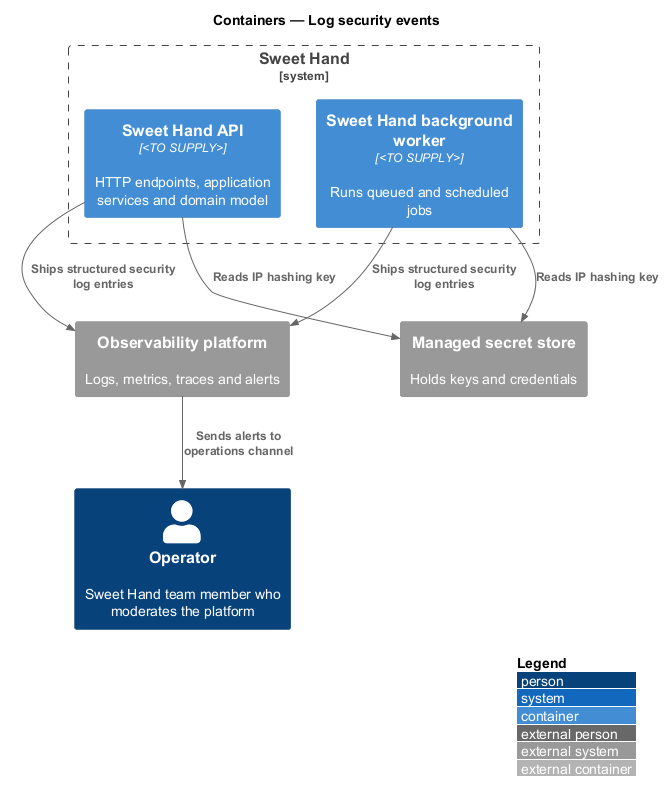
Above: docs/detailed-designs/identity-and-security/log-security-events/diagrams/c4-container.png in QuinntyneBrown/sweet-hand (PlantUML), before the change.
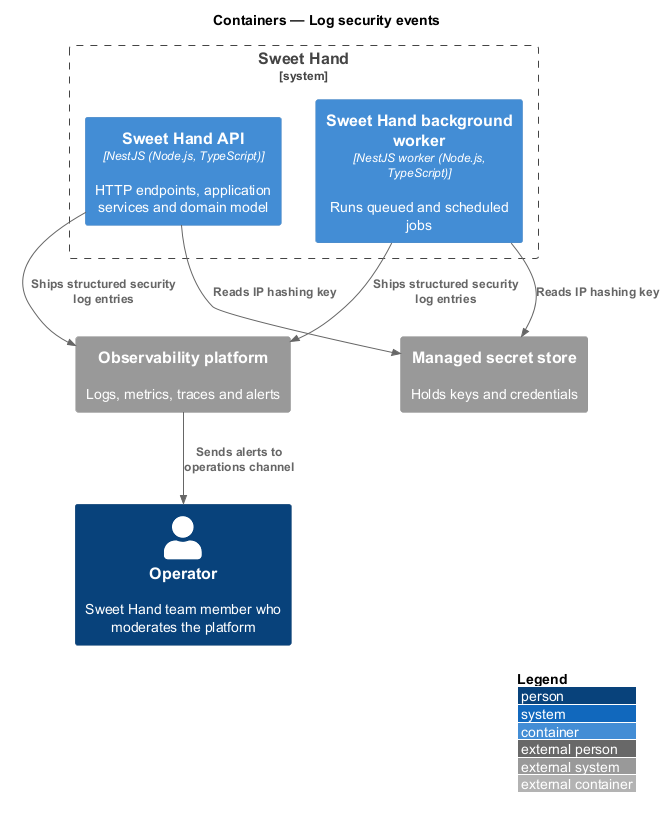
The same file after the commit.

Diff of the diagram source:
```diff
@@ -5,8 +5,8 @@
 
 Person(operator, "Operator", "Sweet Hand team member who moderates the platform")
 System_Boundary(sweethand, "Sweet Hand") {
-  Container(api, "Sweet Hand API", "<TO SUPPLY>", "HTTP endpoints, application services and domain model")
-  Container(worker, "Sweet Hand background worker", "<TO SUPPLY>", "Runs queued and scheduled jobs")
+  Container(api, "Sweet Hand API", "NestJS (Node.js, TypeScript)", "HTTP endpoints, application services and domain model")
+  Container(worker, "Sweet Hand background worker", "NestJS worker (Node.js, TypeScript)", "Runs queued and scheduled jobs")
 }
 System_Ext(obs, "Observability platform", "Logs, metrics, traces and alerts")
 System_Ext(secrets, "Managed secret store", "Holds keys and credentials")
```
